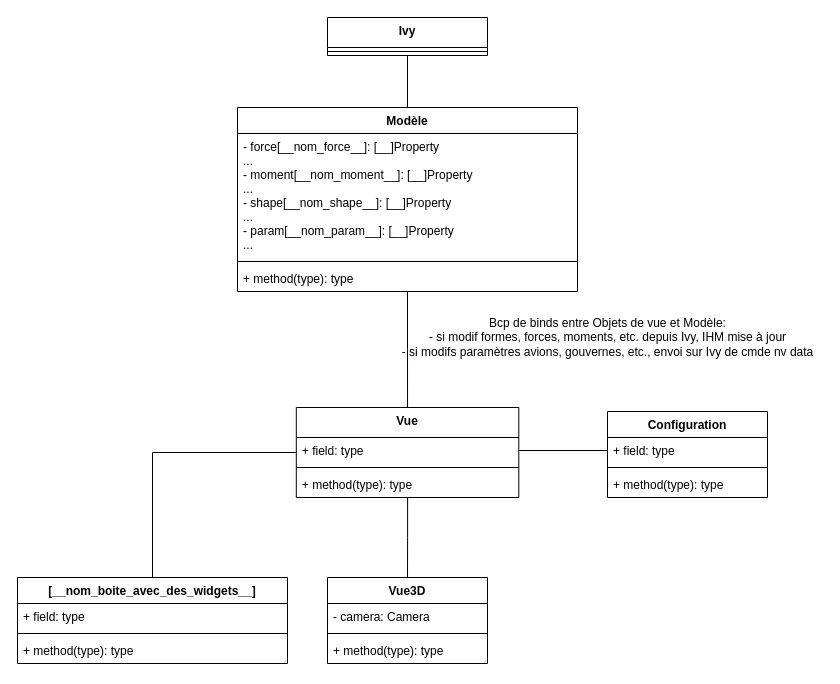
Earlier version of the draw.io diagram coo/Classes.drawio (KirrimK/Vifa). Source tidied: cells renumbered, new cells numbered last; positions are measured from the earlier drawing's top-left corner, leaving out a move shared by most shapes. Both pictures are drawn from the tidied source at 100%, with x=0, y=0 at pixel (17, 17).
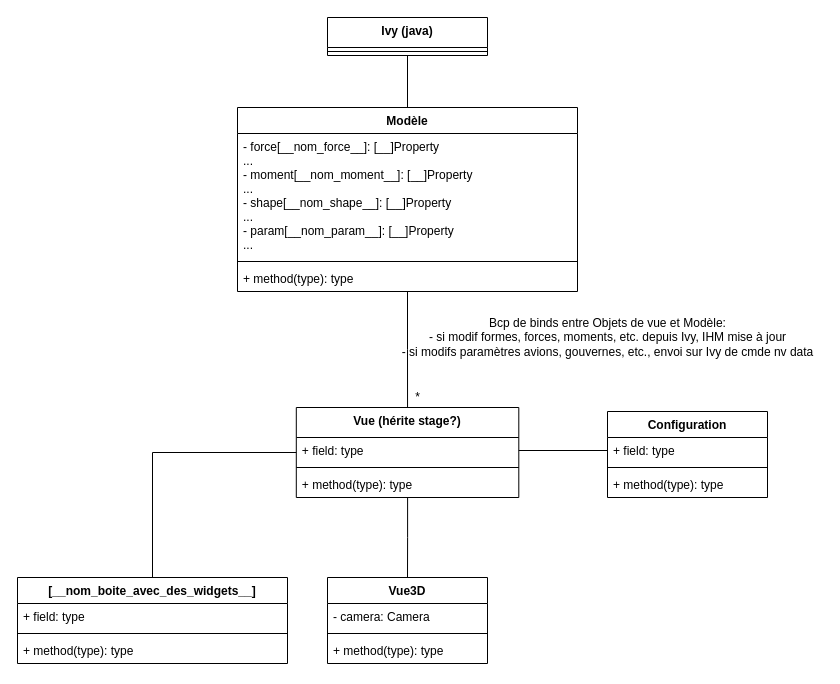
After the change.

The edit, as a diff of the source:
```diff
@@
-    <mxCell id="8" value="Ivy" style="swimlane;fontStyle=1;align=center;verticalAlign=top;horizontal=1;startSize=30;" parent="1" vertex="1">
+    <mxCell id="8" value="Ivy (java)" style="swimlane;fontStyle=1;align=center;verticalAlign=top;horizontal=1;startSize=30;" parent="1" vertex="1">
       <mxGeometry x="310" width="160" height="38" as="geometry" />
     </mxCell>
@@
-    <mxCell id="12" value="Vue" style="swimlane;fontStyle=1;align=center;verticalAlign=top;horizontal=1;startSize=30;" parent="1" vertex="1">
+    <mxCell id="12" value="Vue (hérite stage?)" style="swimlane;fontStyle=1;align=center;verticalAlign=top;horizontal=1;startSize=30;" parent="1" vertex="1">
       <mxGeometry x="278.8" y="390" width="222.5" height="90" as="geometry" />
     </mxCell>
@@
+    <mxCell id="30" value="*" style="text;html=1;align=center;verticalAlign=middle;strokeColor=none;fillColor=none;" parent="1" vertex="1">
+      <mxGeometry x="390" y="370" width="20" height="20" as="geometry" />
+    </mxCell>
```
